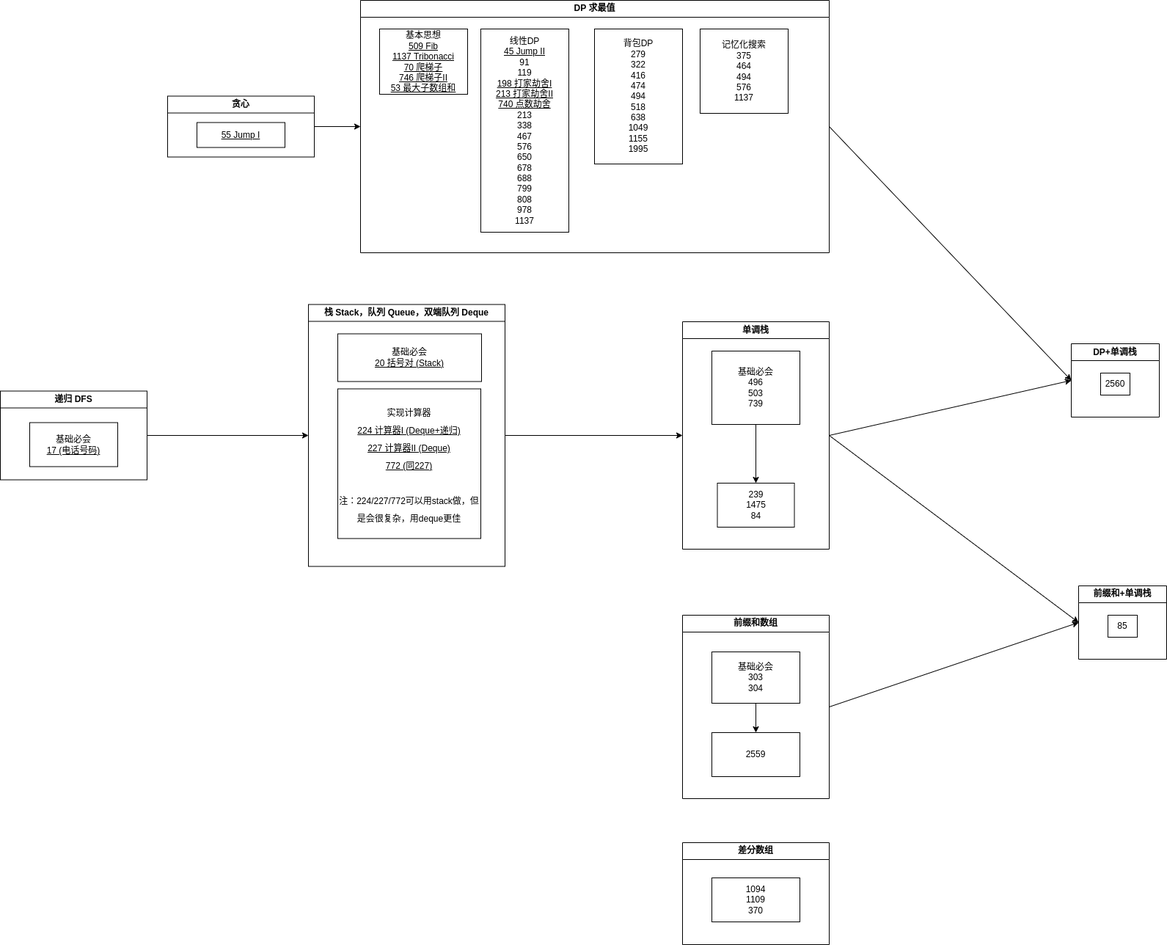
This is drawio/map.drawio.png from jssonx/algo-playground, a draw.io export, as it was before one commit. Source tidied: cells renumbered, new cells last; positions are measured from the earlier drawing's top-left corner, leaving out a move shared by most shapes.
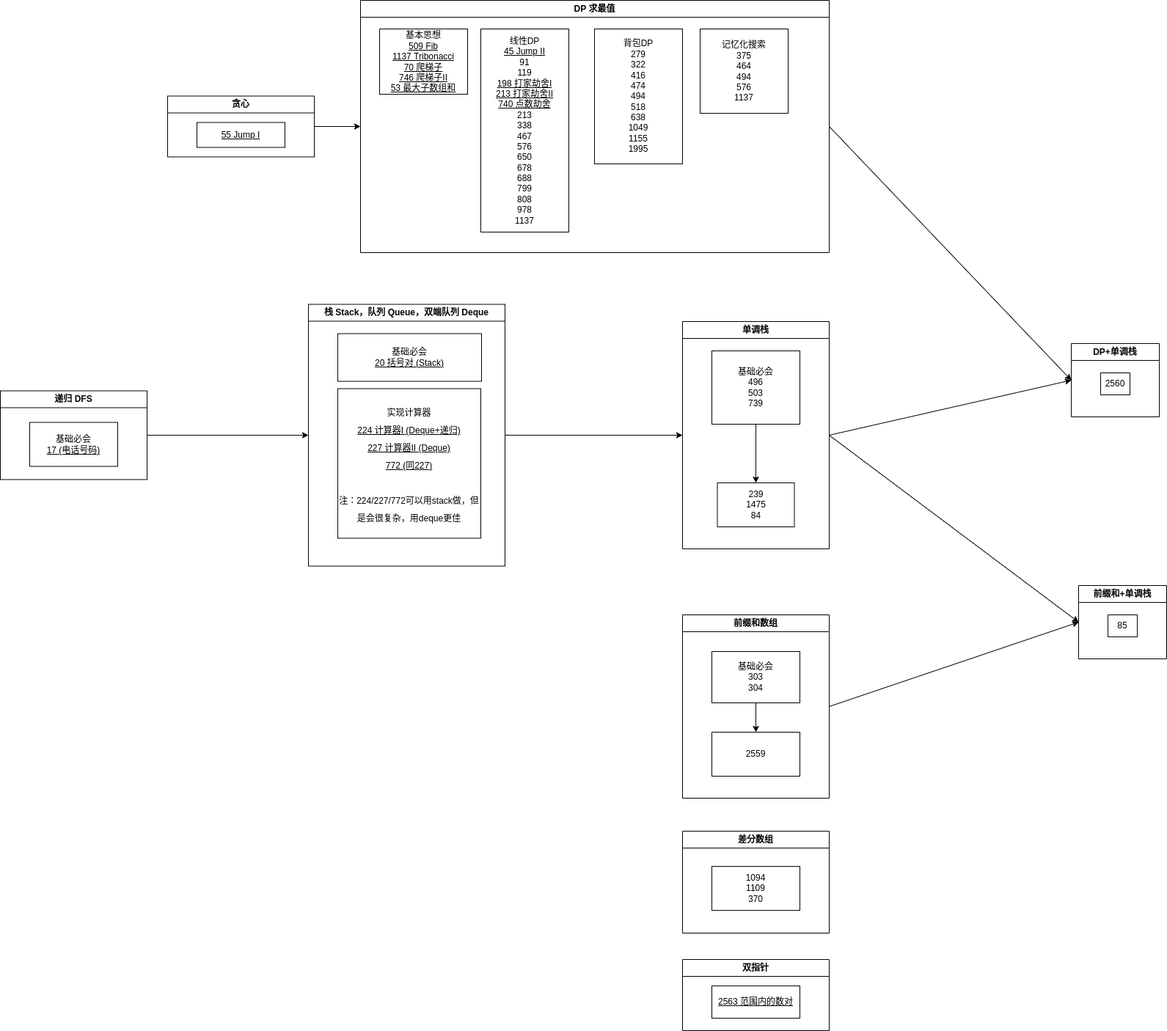
After the change.

What changed in the source:
```diff
@@ -84,7 +84,7 @@
       <mxGeometry x="40" y="43" width="120" height="60" as="geometry" />
     </mxCell>
     <mxCell id="29" value="差分数组" style="swimlane;whiteSpace=wrap;html=1;" parent="1" vertex="1">
-      <mxGeometry x="930" y="1148" width="200" height="139" as="geometry" />
+      <mxGeometry x="930" y="1133" width="200" height="139" as="geometry" />
     </mxCell>
     <mxCell id="30" value="1094&lt;br&gt;1109&lt;br&gt;370" style="whiteSpace=wrap;html=1;" parent="29" vertex="1">
       <mxGeometry x="40" y="48" width="120" height="60" as="geometry" />
@@ -101,5 +101,11 @@
     <mxCell id="34" value="&lt;u&gt;55 Jump I&lt;/u&gt;" style="whiteSpace=wrap;html=1;" parent="33" vertex="1">
       <mxGeometry x="40" y="36" width="120" height="34" as="geometry" />
     </mxCell>
+    <mxCell id="35" value="双指针" style="swimlane;whiteSpace=wrap;html=1;" parent="1" vertex="1">
+      <mxGeometry x="930" y="1308" width="200" height="97" as="geometry" />
+    </mxCell>
+    <mxCell id="36" value="&lt;u&gt;2563 范围内的数对&lt;/u&gt;" style="whiteSpace=wrap;html=1;" parent="35" vertex="1">
+      <mxGeometry x="40" y="36" width="120" height="44" as="geometry" />
+    </mxCell>
   </root>
 </mxGraphModel>
```
